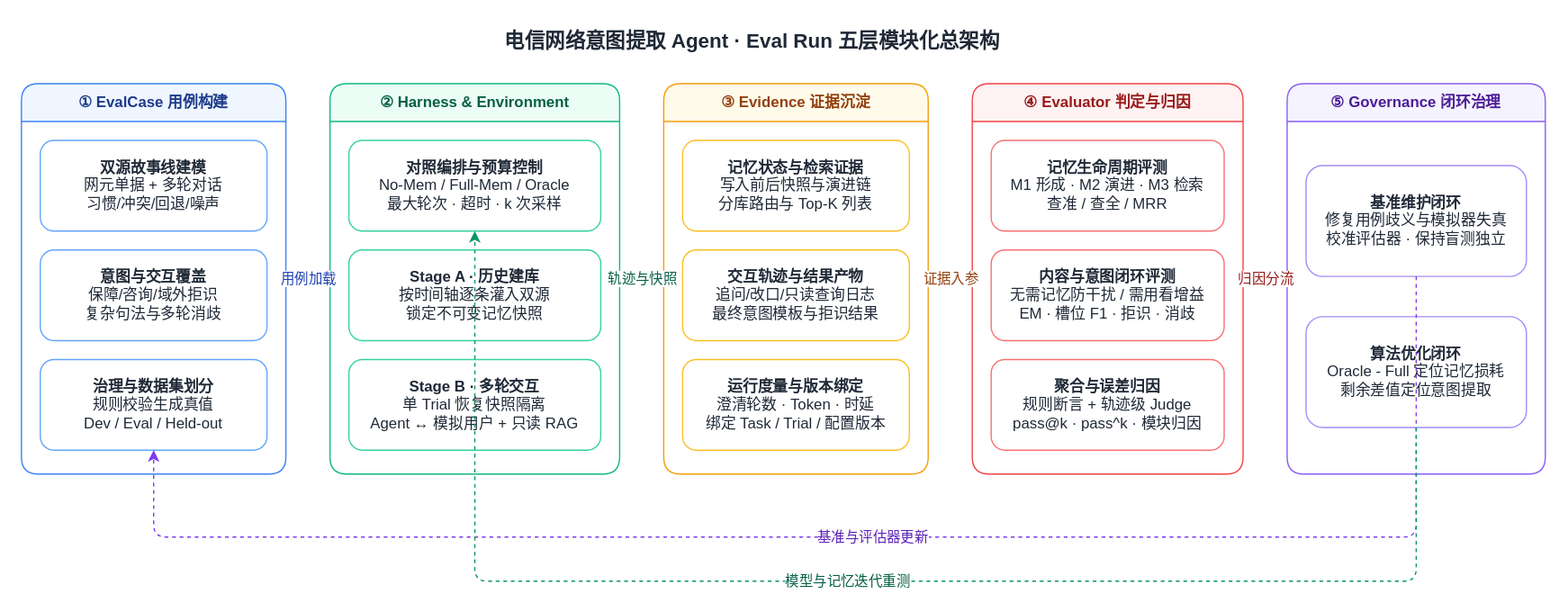
Before: slides/excalidraw_notes/drawio/eval_run_overall_modules.drawio.svg, a diagram exported from draw.io (wangbanjin1/sharing). Source tidied: cells renumbered, new cells last; positions are measured from the earlier drawing's top-left corner, leaving out a move shared by most shapes.
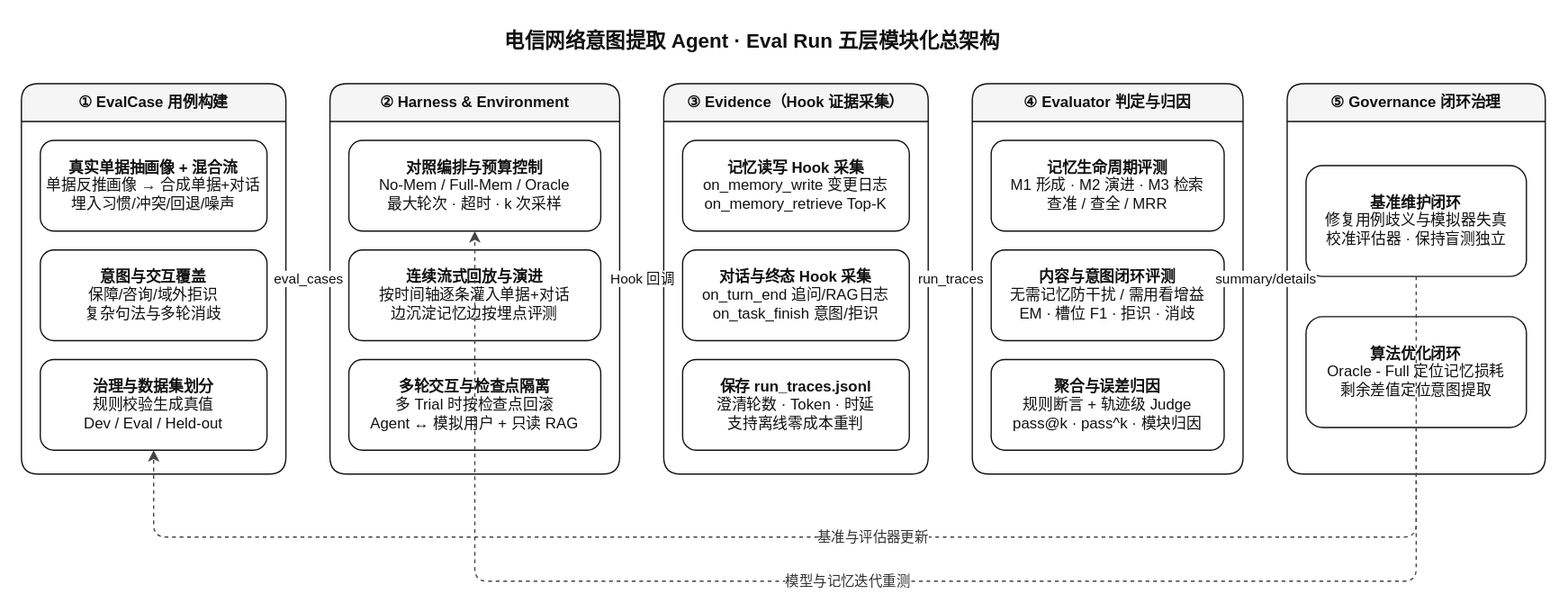
After the change.

Commit message:
docs(eval): align Eval Run modular design with 13-item eval matrix, Hook tracing, checkpoint pass@k/pass^k, and monochrome draw.io diagrams

Change to the diagram source:
```diff
@@ -2,79 +2,79 @@
   <root>
     <mxCell id="0" />
     <mxCell id="1" parent="0" />
-    <mxCell id="2" value="&lt;b&gt;电信网络意图提取 Agent · Eval Run 五层模块化总架构&lt;/b&gt;" style="text;html=1;align=center;verticalAlign=middle;fontSize=16;fontColor=#1F2937;" parent="1" vertex="1">
+    <mxCell id="2" value="&lt;b&gt;电信网络意图提取 Agent · Eval Run 五层模块化总架构&lt;/b&gt;" style="text;html=1;align=center;verticalAlign=middle;fontSize=16;fontColor=#111111;" parent="1" vertex="1">
       <mxGeometry x="240" width="680" height="32" as="geometry" />
     </mxCell>
-    <mxCell id="3" value="&lt;b&gt;① EvalCase 用例构建&lt;/b&gt;" style="swimlane;startSize=30;rounded=1;fillColor=#EFF6FF;strokeColor=#3B82F6;fontColor=#1E3A8A;html=1;whiteSpace=wrap;" parent="1" vertex="1">
+    <mxCell id="3" value="&lt;b&gt;① EvalCase 用例构建&lt;/b&gt;" style="swimlane;startSize=30;rounded=1;fillColor=#F5F5F5;strokeColor=#111111;fontColor=#111111;html=1;whiteSpace=wrap;" parent="1" vertex="1">
       <mxGeometry y="50" width="210" height="310" as="geometry" />
     </mxCell>
-    <mxCell id="4" value="&lt;b&gt;双源故事线建模&lt;/b&gt;&lt;br&gt;网元单据 + 多轮对话&lt;br&gt;习惯/冲突/回退/噪声" style="rounded=1;whiteSpace=wrap;html=1;fillColor=#FFFFFF;strokeColor=#60A5FA;fontColor=#1F2937;" parent="3" vertex="1">
+    <mxCell id="4" value="&lt;b&gt;真实单据抽画像 + 混合流&lt;/b&gt;&lt;br&gt;单据反推画像 → 合成单据+对话&lt;br&gt;埋入习惯/冲突/回退/噪声" style="rounded=1;whiteSpace=wrap;html=1;fillColor=#FFFFFF;strokeColor=#111111;fontColor=#111111;" parent="3" vertex="1">
       <mxGeometry x="15" y="45" width="180" height="72" as="geometry" />
     </mxCell>
-    <mxCell id="5" value="&lt;b&gt;意图与交互覆盖&lt;/b&gt;&lt;br&gt;保障/咨询/域外拒识&lt;br&gt;复杂句法与多轮消歧" style="rounded=1;whiteSpace=wrap;html=1;fillColor=#FFFFFF;strokeColor=#60A5FA;fontColor=#1F2937;" parent="3" vertex="1">
+    <mxCell id="5" value="&lt;b&gt;意图与交互覆盖&lt;/b&gt;&lt;br&gt;保障/咨询/域外拒识&lt;br&gt;复杂句法与多轮消歧" style="rounded=1;whiteSpace=wrap;html=1;fillColor=#FFFFFF;strokeColor=#111111;fontColor=#111111;" parent="3" vertex="1">
       <mxGeometry x="15" y="132" width="180" height="72" as="geometry" />
     </mxCell>
-    <mxCell id="6" value="&lt;b&gt;治理与数据集划分&lt;/b&gt;&lt;br&gt;规则校验生成真值&lt;br&gt;Dev / Eval / Held-out" style="rounded=1;whiteSpace=wrap;html=1;fillColor=#FFFFFF;strokeColor=#60A5FA;fontColor=#1F2937;" parent="3" vertex="1">
+    <mxCell id="6" value="&lt;b&gt;治理与数据集划分&lt;/b&gt;&lt;br&gt;规则校验生成真值&lt;br&gt;Dev / Eval / Held-out" style="rounded=1;whiteSpace=wrap;html=1;fillColor=#FFFFFF;strokeColor=#111111;fontColor=#111111;" parent="3" vertex="1">
       <mxGeometry x="15" y="219" width="180" height="72" as="geometry" />
     </mxCell>
-    <mxCell id="7" value="&lt;b&gt;② Harness &amp; Environment&lt;/b&gt;" style="swimlane;startSize=30;rounded=1;fillColor=#ECFDF5;strokeColor=#10B981;fontColor=#065F46;html=1;whiteSpace=wrap;" parent="1" vertex="1">
+    <mxCell id="7" value="&lt;b&gt;② Harness &amp; Environment&lt;/b&gt;" style="swimlane;startSize=30;rounded=1;fillColor=#F5F5F5;strokeColor=#111111;fontColor=#111111;html=1;whiteSpace=wrap;" parent="1" vertex="1">
       <mxGeometry x="245" y="50" width="230" height="310" as="geometry" />
     </mxCell>
-    <mxCell id="8" value="&lt;b&gt;对照编排与预算控制&lt;/b&gt;&lt;br&gt;No-Mem / Full-Mem / Oracle&lt;br&gt;最大轮次 · 超时 · k 次采样" style="rounded=1;whiteSpace=wrap;html=1;fillColor=#FFFFFF;strokeColor=#34D399;fontColor=#1F2937;" parent="7" vertex="1">
+    <mxCell id="8" value="&lt;b&gt;对照编排与预算控制&lt;/b&gt;&lt;br&gt;No-Mem / Full-Mem / Oracle&lt;br&gt;最大轮次 · 超时 · k 次采样" style="rounded=1;whiteSpace=wrap;html=1;fillColor=#FFFFFF;strokeColor=#111111;fontColor=#111111;" parent="7" vertex="1">
       <mxGeometry x="15" y="45" width="200" height="72" as="geometry" />
     </mxCell>
-    <mxCell id="9" value="&lt;b&gt;Stage A · 历史建库&lt;/b&gt;&lt;br&gt;按时间轴逐条灌入双源&lt;br&gt;锁定不可变记忆快照" style="rounded=1;whiteSpace=wrap;html=1;fillColor=#FFFFFF;strokeColor=#34D399;fontColor=#1F2937;" parent="7" vertex="1">
+    <mxCell id="9" value="&lt;b&gt;连续流式回放与演进&lt;/b&gt;&lt;br&gt;按时间轴逐条灌入单据+对话&lt;br&gt;边沉淀记忆边按埋点评测" style="rounded=1;whiteSpace=wrap;html=1;fillColor=#FFFFFF;strokeColor=#111111;fontColor=#111111;" parent="7" vertex="1">
       <mxGeometry x="15" y="132" width="200" height="72" as="geometry" />
     </mxCell>
-    <mxCell id="10" value="&lt;b&gt;Stage B · 多轮交互&lt;/b&gt;&lt;br&gt;单 Trial 恢复快照隔离&lt;br&gt;Agent ↔ 模拟用户 + 只读 RAG" style="rounded=1;whiteSpace=wrap;html=1;fillColor=#FFFFFF;strokeColor=#34D399;fontColor=#1F2937;" parent="7" vertex="1">
+    <mxCell id="10" value="&lt;b&gt;多轮交互与检查点隔离&lt;/b&gt;&lt;br&gt;多 Trial 时按检查点回滚&lt;br&gt;Agent ↔ 模拟用户 + 只读 RAG" style="rounded=1;whiteSpace=wrap;html=1;fillColor=#FFFFFF;strokeColor=#111111;fontColor=#111111;" parent="7" vertex="1">
       <mxGeometry x="15" y="219" width="200" height="72" as="geometry" />
     </mxCell>
-    <mxCell id="11" value="&lt;b&gt;③ Evidence 证据沉淀&lt;/b&gt;" style="swimlane;startSize=30;rounded=1;fillColor=#FFFBEB;strokeColor=#F59E0B;fontColor=#92400E;html=1;whiteSpace=wrap;" parent="1" vertex="1">
+    <mxCell id="11" value="&lt;b&gt;③ Evidence（Hook 证据采集）&lt;/b&gt;" style="swimlane;startSize=30;rounded=1;fillColor=#F5F5F5;strokeColor=#111111;fontColor=#111111;html=1;whiteSpace=wrap;" parent="1" vertex="1">
       <mxGeometry x="510" y="50" width="210" height="310" as="geometry" />
     </mxCell>
-    <mxCell id="12" value="&lt;b&gt;记忆状态与检索证据&lt;/b&gt;&lt;br&gt;写入前后快照与演进链&lt;br&gt;分库路由与 Top-K 列表" style="rounded=1;whiteSpace=wrap;html=1;fillColor=#FFFFFF;strokeColor=#FBBF24;fontColor=#1F2937;" parent="11" vertex="1">
+    <mxCell id="12" value="&lt;b&gt;记忆读写 Hook 采集&lt;/b&gt;&lt;br&gt;on_memory_write 变更日志&lt;br&gt;on_memory_retrieve Top-K" style="rounded=1;whiteSpace=wrap;html=1;fillColor=#FFFFFF;strokeColor=#111111;fontColor=#111111;" parent="11" vertex="1">
       <mxGeometry x="15" y="45" width="180" height="72" as="geometry" />
     </mxCell>
-    <mxCell id="13" value="&lt;b&gt;交互轨迹与结果产物&lt;/b&gt;&lt;br&gt;追问/改口/只读查询日志&lt;br&gt;最终意图模板与拒识结果" style="rounded=1;whiteSpace=wrap;html=1;fillColor=#FFFFFF;strokeColor=#FBBF24;fontColor=#1F2937;" parent="11" vertex="1">
+    <mxCell id="13" value="&lt;b&gt;对话与终态 Hook 采集&lt;/b&gt;&lt;br&gt;on_turn_end 追问/RAG日志&lt;br&gt;on_task_finish 意图/拒识" style="rounded=1;whiteSpace=wrap;html=1;fillColor=#FFFFFF;strokeColor=#111111;fontColor=#111111;" parent="11" vertex="1">
       <mxGeometry x="15" y="132" width="180" height="72" as="geometry" />
     </mxCell>
-    <mxCell id="14" value="&lt;b&gt;运行度量与版本绑定&lt;/b&gt;&lt;br&gt;澄清轮数 · Token · 时延&lt;br&gt;绑定 Task / Trial / 配置版本" style="rounded=1;whiteSpace=wrap;html=1;fillColor=#FFFFFF;strokeColor=#FBBF24;fontColor=#1F2937;" parent="11" vertex="1">
+    <mxCell id="14" value="&lt;b&gt;保存 run_traces.jsonl&lt;/b&gt;&lt;br&gt;澄清轮数 · Token · 时延&lt;br&gt;支持离线零成本重判" style="rounded=1;whiteSpace=wrap;html=1;fillColor=#FFFFFF;strokeColor=#111111;fontColor=#111111;" parent="11" vertex="1">
       <mxGeometry x="15" y="219" width="180" height="72" as="geometry" />
     </mxCell>
-    <mxCell id="15" value="&lt;b&gt;④ Evaluator 判定与归因&lt;/b&gt;" style="swimlane;startSize=30;rounded=1;fillColor=#FEF2F2;strokeColor=#EF4444;fontColor=#991B1B;html=1;whiteSpace=wrap;" parent="1" vertex="1">
+    <mxCell id="15" value="&lt;b&gt;④ Evaluator 判定与归因&lt;/b&gt;" style="swimlane;startSize=30;rounded=1;fillColor=#F5F5F5;strokeColor=#111111;fontColor=#111111;html=1;whiteSpace=wrap;" parent="1" vertex="1">
       <mxGeometry x="755" y="50" width="215" height="310" as="geometry" />
     </mxCell>
-    <mxCell id="16" value="&lt;b&gt;记忆生命周期评测&lt;/b&gt;&lt;br&gt;M1 形成 · M2 演进 · M3 检索&lt;br&gt;查准 / 查全 / MRR" style="rounded=1;whiteSpace=wrap;html=1;fillColor=#FFFFFF;strokeColor=#F87171;fontColor=#1F2937;" parent="15" vertex="1">
+    <mxCell id="16" value="&lt;b&gt;记忆生命周期评测&lt;/b&gt;&lt;br&gt;M1 形成 · M2 演进 · M3 检索&lt;br&gt;查准 / 查全 / MRR" style="rounded=1;whiteSpace=wrap;html=1;fillColor=#FFFFFF;strokeColor=#111111;fontColor=#111111;" parent="15" vertex="1">
       <mxGeometry x="15" y="45" width="185" height="72" as="geometry" />
     </mxCell>
-    <mxCell id="17" value="&lt;b&gt;内容与意图闭环评测&lt;/b&gt;&lt;br&gt;无需记忆防干扰 / 需用看增益&lt;br&gt;EM · 槽位 F1 · 拒识 · 消歧" style="rounded=1;whiteSpace=wrap;html=1;fillColor=#FFFFFF;strokeColor=#F87171;fontColor=#1F2937;" parent="15" vertex="1">
+    <mxCell id="17" value="&lt;b&gt;内容与意图闭环评测&lt;/b&gt;&lt;br&gt;无需记忆防干扰 / 需用看增益&lt;br&gt;EM · 槽位 F1 · 拒识 · 消歧" style="rounded=1;whiteSpace=wrap;html=1;fillColor=#FFFFFF;strokeColor=#111111;fontColor=#111111;" parent="15" vertex="1">
       <mxGeometry x="15" y="132" width="185" height="72" as="geometry" />
     </mxCell>
-    <mxCell id="18" value="&lt;b&gt;聚合与误差归因&lt;/b&gt;&lt;br&gt;规则断言 + 轨迹级 Judge&lt;br&gt;pass@k · pass^k · 模块归因" style="rounded=1;whiteSpace=wrap;html=1;fillColor=#FFFFFF;strokeColor=#F87171;fontColor=#1F2937;" parent="15" vertex="1">
+    <mxCell id="18" value="&lt;b&gt;聚合与误差归因&lt;/b&gt;&lt;br&gt;规则断言 + 轨迹级 Judge&lt;br&gt;pass@k · pass^k · 模块归因" style="rounded=1;whiteSpace=wrap;html=1;fillColor=#FFFFFF;strokeColor=#111111;fontColor=#111111;" parent="15" vertex="1">
       <mxGeometry x="15" y="219" width="185" height="72" as="geometry" />
     </mxCell>
-    <mxCell id="19" value="&lt;b&gt;⑤ Governance 闭环治理&lt;/b&gt;" style="swimlane;startSize=30;rounded=1;fillColor=#F5F3FF;strokeColor=#8B5CF6;fontColor=#4C1D95;html=1;whiteSpace=wrap;" parent="1" vertex="1">
+    <mxCell id="19" value="&lt;b&gt;⑤ Governance 闭环治理&lt;/b&gt;" style="swimlane;startSize=30;rounded=1;fillColor=#F5F5F5;strokeColor=#111111;fontColor=#111111;html=1;whiteSpace=wrap;" parent="1" vertex="1">
       <mxGeometry x="1005" y="50" width="205" height="310" as="geometry" />
     </mxCell>
-    <mxCell id="20" value="&lt;b&gt;基准维护闭环&lt;/b&gt;&lt;br&gt;修复用例歧义与模拟器失真&lt;br&gt;校准评估器 · 保持盲测独立" style="rounded=1;whiteSpace=wrap;html=1;fillColor=#FFFFFF;strokeColor=#A78BFA;fontColor=#1F2937;" parent="19" vertex="1">
+    <mxCell id="20" value="&lt;b&gt;基准维护闭环&lt;/b&gt;&lt;br&gt;修复用例歧义与模拟器失真&lt;br&gt;校准评估器 · 保持盲测独立" style="rounded=1;whiteSpace=wrap;html=1;fillColor=#FFFFFF;strokeColor=#111111;fontColor=#111111;" parent="19" vertex="1">
       <mxGeometry x="15" y="65" width="175" height="88" as="geometry" />
     </mxCell>
-    <mxCell id="21" value="&lt;b&gt;算法优化闭环&lt;/b&gt;&lt;br&gt;Oracle - Full 定位记忆损耗&lt;br&gt;剩余差值定位意图提取" style="rounded=1;whiteSpace=wrap;html=1;fillColor=#FFFFFF;strokeColor=#A78BFA;fontColor=#1F2937;" parent="19" vertex="1">
+    <mxCell id="21" value="&lt;b&gt;算法优化闭环&lt;/b&gt;&lt;br&gt;Oracle - Full 定位记忆损耗&lt;br&gt;剩余差值定位意图提取" style="rounded=1;whiteSpace=wrap;html=1;fillColor=#FFFFFF;strokeColor=#111111;fontColor=#111111;" parent="19" vertex="1">
       <mxGeometry x="15" y="185" width="175" height="88" as="geometry" />
     </mxCell>
-    <mxCell id="22" value="用例加载" style="edgeStyle=orthogonalEdgeStyle;rounded=1;html=1;strokeColor=#2563EB;fontColor=#1E40AF;" parent="1" edge="1" source="3" target="7">
+    <mxCell id="22" value="eval_cases" style="edgeStyle=orthogonalEdgeStyle;rounded=1;html=1;strokeColor=#111111;fontColor=#111111;" parent="1" edge="1" source="3" target="7">
       <mxGeometry relative="1" as="geometry" />
     </mxCell>
-    <mxCell id="23" value="轨迹与快照" style="edgeStyle=orthogonalEdgeStyle;rounded=1;html=1;strokeColor=#059669;fontColor=#065F46;" parent="1" edge="1" source="7" target="11">
+    <mxCell id="23" value="Hook 回调" style="edgeStyle=orthogonalEdgeStyle;rounded=1;html=1;strokeColor=#111111;fontColor=#111111;" parent="1" edge="1" source="7" target="11">
       <mxGeometry relative="1" as="geometry" />
     </mxCell>
-    <mxCell id="24" value="证据入参" style="edgeStyle=orthogonalEdgeStyle;rounded=1;html=1;strokeColor=#D97706;fontColor=#92400E;" parent="1" edge="1" source="11" target="15">
+    <mxCell id="24" value="run_traces" style="edgeStyle=orthogonalEdgeStyle;rounded=1;html=1;strokeColor=#111111;fontColor=#111111;" parent="1" edge="1" source="11" target="15">
       <mxGeometry relative="1" as="geometry" />
     </mxCell>
-    <mxCell id="25" value="归因分流" style="edgeStyle=orthogonalEdgeStyle;rounded=1;html=1;strokeColor=#DC2626;fontColor=#991B1B;" parent="1" edge="1" source="15" target="19">
+    <mxCell id="25" value="summary/details" style="edgeStyle=orthogonalEdgeStyle;rounded=1;html=1;strokeColor=#111111;fontColor=#111111;" parent="1" edge="1" source="15" target="19">
       <mxGeometry relative="1" as="geometry" />
     </mxCell>
-    <mxCell id="26" value="基准与评估器更新" style="edgeStyle=orthogonalEdgeStyle;rounded=1;html=1;dashed=1;strokeColor=#7C3AED;fontColor=#5B21B6;" parent="1" edge="1" source="20" target="6">
+    <mxCell id="26" value="基准与评估器更新" style="edgeStyle=orthogonalEdgeStyle;rounded=1;html=1;dashed=1;strokeColor=#444444;fontColor=#333333;" parent="1" edge="1" source="20" target="6">
       <mxGeometry relative="1" as="geometry">
         <Array as="points">
           <mxPoint x="1107" y="410" />
@@ -82,7 +82,7 @@
         </Array>
       </mxGeometry>
     </mxCell>
-    <mxCell id="27" value="模型与记忆迭代重测" style="edgeStyle=orthogonalEdgeStyle;rounded=1;html=1;dashed=1;strokeColor=#059669;fontColor=#065F46;" parent="1" edge="1" source="21" target="8">
+    <mxCell id="27" value="模型与记忆迭代重测" style="edgeStyle=orthogonalEdgeStyle;rounded=1;html=1;dashed=1;strokeColor=#444444;fontColor=#333333;" parent="1" edge="1" source="21" target="8">
       <mxGeometry relative="1" as="geometry">
         <Array as="points">
           <mxPoint x="1107" y="445" />
```
